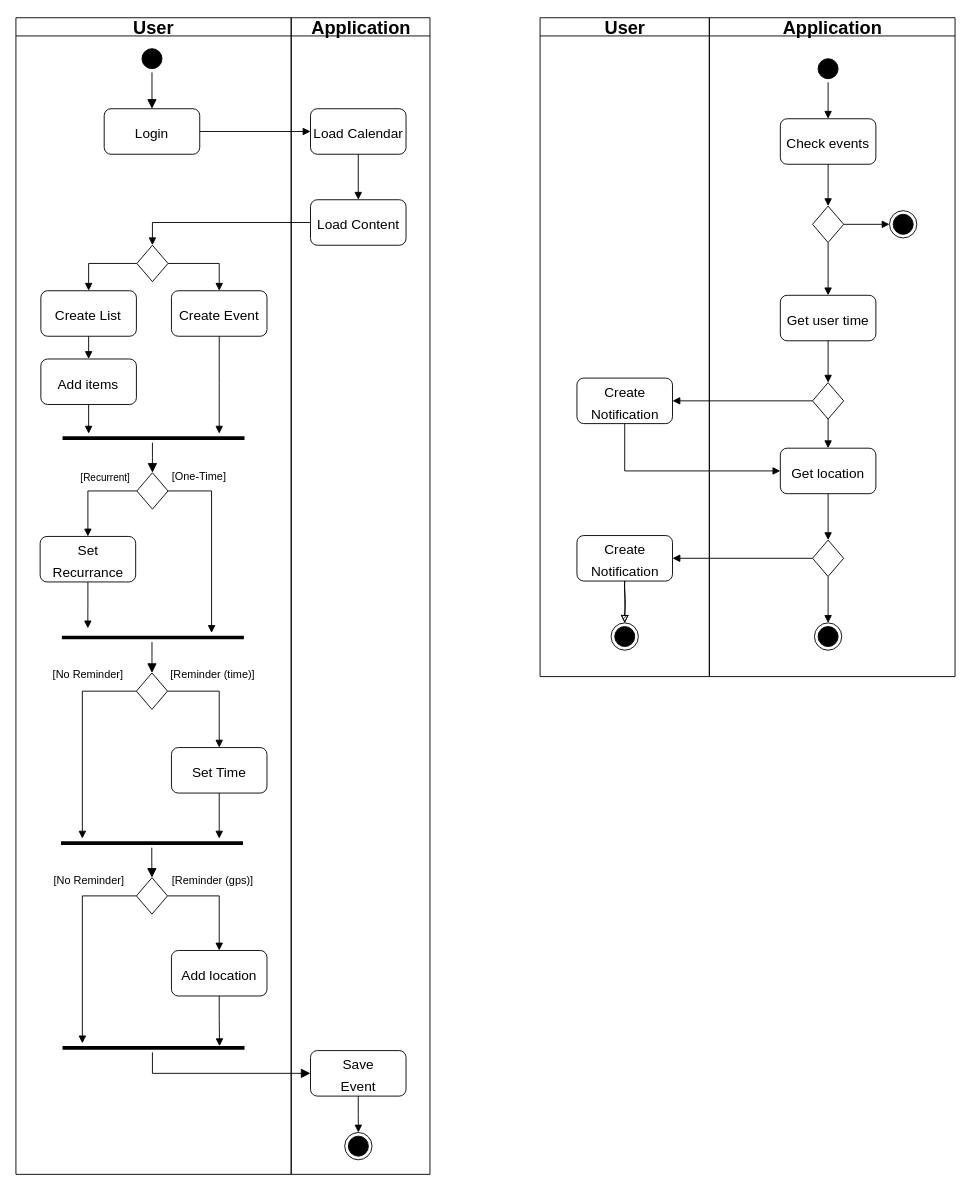
Earlier version of the draw.io diagram page "Activity" (4 of 6) of SWI_1.drawio (X-Marosi/SWI_1). Source tidied: cells renumbered, new cells numbered last; positions are measured from the earlier drawing's top-left corner, leaving out a move shared by most shapes. Both pictures are drawn from the tidied source at 91%, with x=0, y=0 at pixel (15, 17).
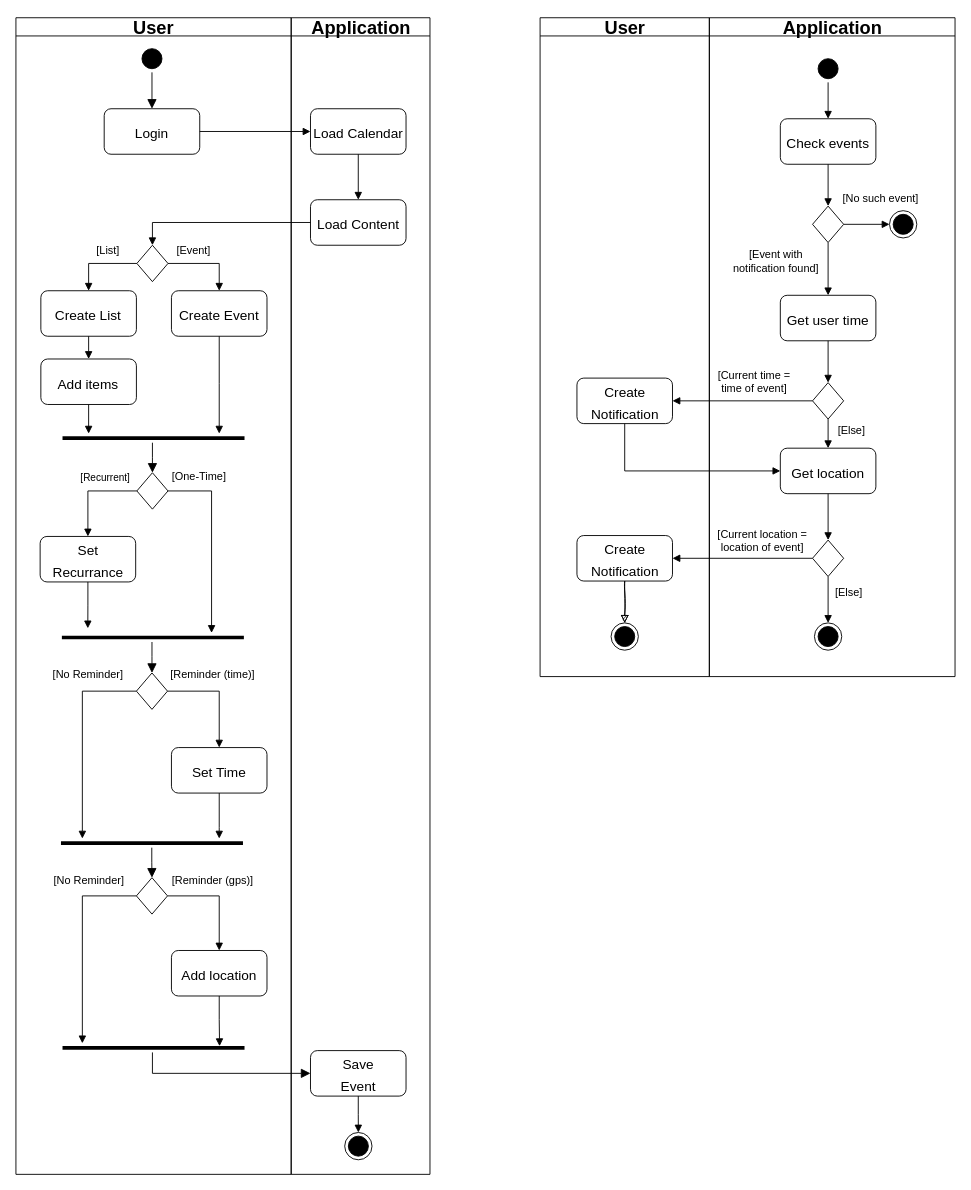
The same diagram, later.

The change refers to these unchanged cells:
```xml
<mxCell id="9" value="User" style="swimlane;startSize=20;html=1;strokeColor=default;fontSize=20;fillColor=none;" parent="1" vertex="1">
  <mxGeometry width="302.5" height="1271" as="geometry" />
</mxCell>
<mxCell id="52" value="Application" style="swimlane;startSize=20;html=1;strokeColor=default;fontSize=20;fillColor=none;" parent="1" vertex="1">
  <mxGeometry x="762" width="270" height="724" as="geometry" />
</mxCell>
```

Change to the diagram source:
```diff
@@
+    <mxCell id="79" value="[Event]" style="text;html=1;align=center;verticalAlign=middle;strokeColor=none;fillColor=none;" parent="9" vertex="1">
+      <mxGeometry x="167.1" y="243" width="55" height="26" as="geometry" />
+    </mxCell>
+    <mxCell id="80" value="[List]" style="text;html=1;align=center;verticalAlign=middle;strokeColor=none;fillColor=none;" parent="9" vertex="1">
+      <mxGeometry x="79" y="243" width="43" height="26" as="geometry" />
+    </mxCell>
@@
+    <mxCell id="81" value="[Event with &lt;br&gt;notification found]" style="text;html=1;align=center;verticalAlign=middle;strokeColor=none;fillColor=none;" parent="52" vertex="1">
+      <mxGeometry x="17" y="247" width="112" height="41" as="geometry" />
+    </mxCell>
+    <mxCell id="82" value="[No such event]" style="text;html=1;align=center;verticalAlign=middle;strokeColor=none;fillColor=none;" parent="52" vertex="1">
+      <mxGeometry x="137" y="186" width="101" height="26" as="geometry" />
+    </mxCell>
+    <mxCell id="83" value="[Current time = &lt;br&gt;time of event]" style="text;html=1;align=center;verticalAlign=middle;strokeColor=none;fillColor=none;" parent="52" vertex="1">
+      <mxGeometry x="-0.5" y="379" width="98" height="41" as="geometry" />
+    </mxCell>
+    <mxCell id="84" value="[Else]" style="text;html=1;align=center;verticalAlign=middle;strokeColor=none;fillColor=none;" parent="52" vertex="1">
+      <mxGeometry x="132" y="441" width="48" height="26" as="geometry" />
+    </mxCell>
+    <mxCell id="85" value="[Else]" style="text;html=1;align=center;verticalAlign=middle;strokeColor=none;fillColor=none;" parent="52" vertex="1">
+      <mxGeometry x="129" y="619" width="48" height="26" as="geometry" />
+    </mxCell>
+    <mxCell id="86" value="[Current location = &lt;br&gt;location of event]" style="text;html=1;align=center;verticalAlign=middle;strokeColor=none;fillColor=none;" parent="52" vertex="1">
+      <mxGeometry x="-0.5" y="554" width="116" height="41" as="geometry" />
+    </mxCell>
```
